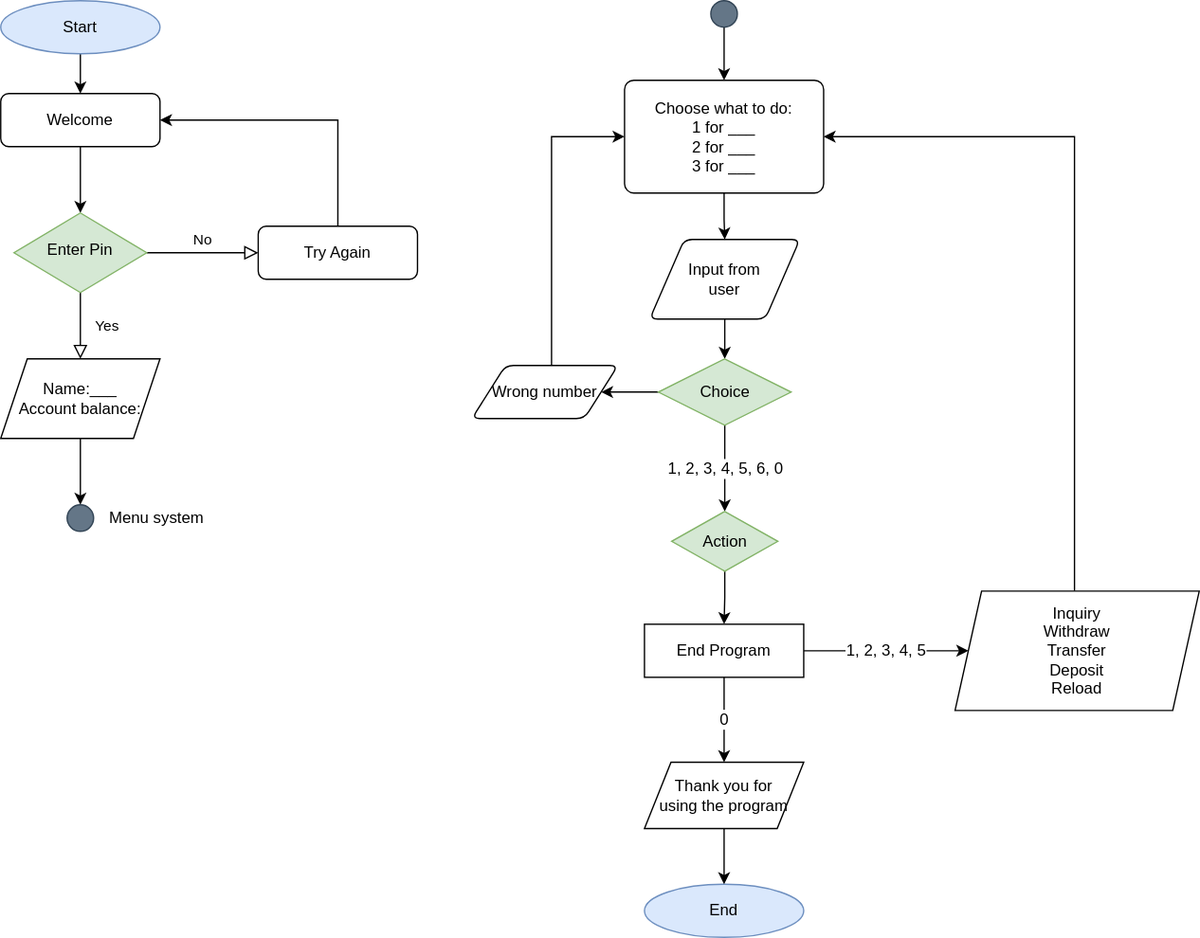
Before: Flowchart.drawio.svg, a diagram exported from draw.io (bropenguin847/ATM_CPP). Source tidied: cells renumbered, new cells last; positions are measured from the earlier drawing's top-left corner, leaving out a move shared by most shapes.
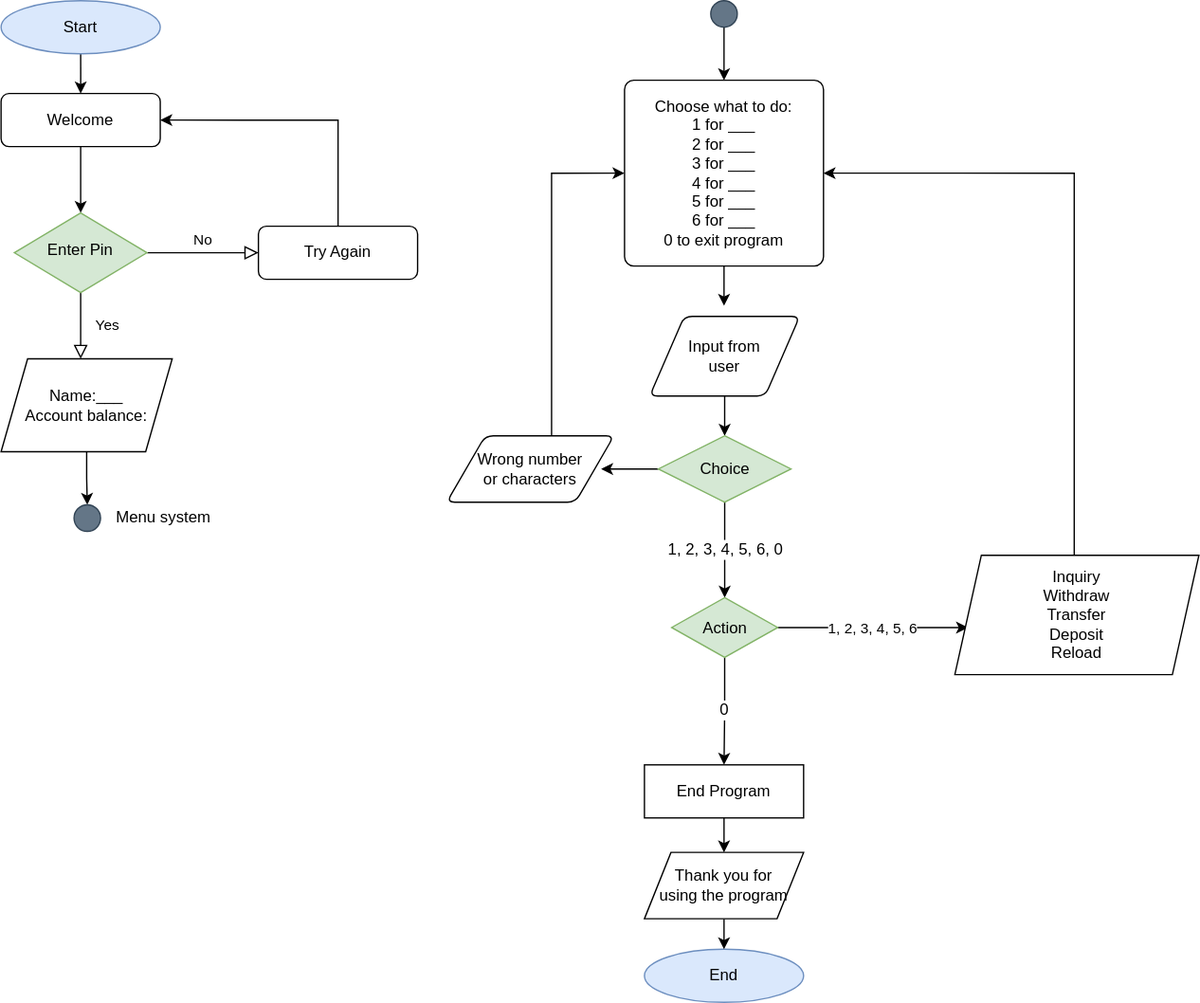
After the change.

What changed in the source:
```diff
@@ -36,22 +36,24 @@
       <mxGeometry width="120" height="40" as="geometry" />
     </mxCell>
     <mxCell id="11" value="End" style="ellipse;whiteSpace=wrap;html=1;fillColor=#dae8fc;strokeColor=#6c8ebf;" parent="1" vertex="1">
-      <mxGeometry x="485" y="666" width="120" height="40" as="geometry" />
+      <mxGeometry x="485" y="715" width="120" height="40" as="geometry" />
     </mxCell>
     <mxCell id="12" style="edgeStyle=orthogonalEdgeStyle;rounded=0;jettySize=auto;html=1;" parent="1" edge="1" source="13" target="16">
       <mxGeometry relative="1" as="geometry" />
     </mxCell>
     <mxCell id="13" value="Name:___&lt;br&gt;Account balance:" style="shape=parallelogram;perimeter=parallelogramPerimeter;whiteSpace=wrap;html=1;fixedSize=1;" parent="1" vertex="1">
-      <mxGeometry y="270" width="120" height="60" as="geometry" />
+      <mxGeometry y="270" width="129" height="70" as="geometry" />
     </mxCell>
-    <mxCell id="14" style="edgeStyle=orthogonalEdgeStyle;rounded=0;jettySize=auto;html=1;" parent="1" edge="1" source="15" target="20">
-      <mxGeometry relative="1" as="geometry" />
-    </mxCell>
+    <mxCell id="35" style="edgeStyle=orthogonalEdgeStyle;rounded=0;jettySize=auto;html=1;" parent="1" edge="1" source="15">
+      <mxGeometry relative="1" as="geometry">
+        <mxPoint x="545" y="230" as="targetPoint" />
+      </mxGeometry>
+    </mxCell>
-    <mxCell id="15" value="Choose what to do:&lt;br&gt;1 for ___&lt;br&gt;2 for ___&lt;br&gt;3 for ___" style="rounded=1;whiteSpace=wrap;html=1;absoluteArcSize=1;arcSize=14;strokeWidth=1;" parent="1" vertex="1">
-      <mxGeometry x="470" y="60" width="150" height="85" as="geometry" />
+    <mxCell id="15" value="Choose what to do:&lt;br&gt;1 for ___&lt;br&gt;2 for ___&lt;br&gt;3 for ___&lt;br&gt;4 for ___&lt;br&gt;5 for ___&lt;br&gt;6 for ___&lt;br&gt;0 to exit program" style="rounded=1;whiteSpace=wrap;html=1;absoluteArcSize=1;arcSize=14;strokeWidth=1;" parent="1" vertex="1">
+      <mxGeometry x="470" y="60" width="150" height="140" as="geometry" />
     </mxCell>
     <mxCell id="16" value="&lt;div style=&quot;&quot;&gt;&lt;span style=&quot;background-color: initial;&quot;&gt;M&lt;font color=&quot;#000000&quot;&gt;Menu system&lt;/font&gt;&lt;/span&gt;&lt;/div&gt;" style="verticalLabelPosition=middle;verticalAlign=middle;html=1;shape=mxgraph.flowchart.on-page_reference;align=left;labelPosition=right;fillColor=#647687;fontColor=#ffffff;strokeColor=#314354;" parent="1" vertex="1">
-      <mxGeometry x="50" y="380" width="20" height="20" as="geometry" />
+      <mxGeometry x="55" y="380" width="20" height="20" as="geometry" />
     </mxCell>
     <mxCell id="17" style="edgeStyle=orthogonalEdgeStyle;rounded=0;jettySize=auto;html=1;" parent="1" edge="1" source="18" target="15">
       <mxGeometry relative="1" as="geometry" />
@@ -63,57 +65,59 @@
       <mxGeometry relative="1" as="geometry" />
     </mxCell>
     <mxCell id="20" value="Input from&lt;br&gt;user" style="shape=parallelogram;html=1;strokeWidth=1;perimeter=parallelogramPerimeter;whiteSpace=wrap;rounded=1;arcSize=12;size=0.23;" parent="1" vertex="1">
-      <mxGeometry x="489" y="180" width="113" height="60" as="geometry" />
+      <mxGeometry x="489" y="238" width="113" height="60" as="geometry" />
     </mxCell>
-    <mxCell id="21" style="edgeStyle=orthogonalEdgeStyle;rounded=0;jettySize=auto;html=1;fontFamily=Helvetica;fontSize=12;fontColor=default;" parent="1" edge="1" source="23" target="25">
-      <mxGeometry relative="1" as="geometry" />
+    <mxCell id="21" style="edgeStyle=orthogonalEdgeStyle;rounded=0;jettySize=auto;html=1;fontFamily=Helvetica;fontSize=12;fontColor=default;" parent="1" edge="1" source="23">
+      <mxGeometry relative="1" as="geometry">
+        <mxPoint x="452.3" y="353" as="targetPoint" />
+      </mxGeometry>
     </mxCell>
     <mxCell id="22" value="1, 2, 3, 4, 5, 6, 0" style="edgeStyle=orthogonalEdgeStyle;rounded=0;jettySize=auto;html=1;fontFamily=Helvetica;fontSize=12;fontColor=default;" parent="1" edge="1" source="23" target="27">
       <mxGeometry relative="1" as="geometry" />
     </mxCell>
     <mxCell id="23" value="Choice" style="strokeWidth=1;html=1;shape=mxgraph.flowchart.decision;whiteSpace=wrap;fillColor=#d5e8d4;strokeColor=#82b366;" parent="1" vertex="1">
-      <mxGeometry x="495.5" y="270" width="100" height="50" as="geometry" />
+      <mxGeometry x="495.5" y="328" width="100" height="50" as="geometry" />
     </mxCell>
     <mxCell id="24" style="edgeStyle=orthogonalEdgeStyle;rounded=0;jettySize=auto;html=1;entryX=0;entryY=0.5;entryDx=0;entryDy=0;fontFamily=Helvetica;fontSize=12;fontColor=default;" parent="1" edge="1" source="25" target="15">
       <mxGeometry relative="1" as="geometry">
         <Array as="points">
-          <mxPoint x="415" y="103" />
+          <mxPoint x="415" y="130" />
         </Array>
       </mxGeometry>
     </mxCell>
-    <mxCell id="25" value="Wrong number" style="shape=parallelogram;html=1;strokeWidth=1;perimeter=parallelogramPerimeter;whiteSpace=wrap;rounded=1;arcSize=12;size=0.23;" parent="1" vertex="1">
-      <mxGeometry x="355" y="275" width="110" height="40" as="geometry" />
+    <mxCell id="25" value="Wrong number&lt;br&gt;or characters" style="shape=parallelogram;html=1;strokeWidth=1;perimeter=parallelogramPerimeter;whiteSpace=wrap;rounded=1;arcSize=12;size=0.23;" parent="1" vertex="1">
+      <mxGeometry x="336" y="328" width="126" height="50" as="geometry" />
     </mxCell>
-    <mxCell id="26" style="edgeStyle=orthogonalEdgeStyle;rounded=0;jettySize=auto;html=1;fontFamily=Helvetica;fontSize=12;fontColor=#000000;" parent="1" edge="1" source="27" target="30">
+    <mxCell id="26" value="0" style="edgeStyle=orthogonalEdgeStyle;rounded=0;jettySize=auto;html=1;fontFamily=Helvetica;fontSize=12;fontColor=#000000;" parent="1" edge="1" source="27" target="30">
       <mxGeometry relative="1" as="geometry" />
     </mxCell>
+    <mxCell id="36" value="1, 2, 3, 4, 5, 6" style="edgeStyle=orthogonalEdgeStyle;rounded=0;jettySize=auto;html=1;entryX=0.054;entryY=0.606;entryDx=0;entryDy=0;entryPerimeter=0;" parent="1" edge="1" source="27" target="34">
+      <mxGeometry relative="1" as="geometry" />
+    </mxCell>
     <mxCell id="27" value="Action" style="rhombus;whiteSpace=wrap;html=1;strokeWidth=1;fillColor=#d5e8d4;strokeColor=#82b366;" parent="1" vertex="1">
-      <mxGeometry x="505.5" y="385" width="80" height="45" as="geometry" />
+      <mxGeometry x="505.5" y="450" width="80" height="45" as="geometry" />
     </mxCell>
-    <mxCell id="28" value="0" style="edgeStyle=orthogonalEdgeStyle;rounded=0;jettySize=auto;html=1;fontFamily=Helvetica;fontSize=12;fontColor=#000000;" parent="1" edge="1" source="30" target="32">
+    <mxCell id="28" style="edgeStyle=orthogonalEdgeStyle;rounded=0;jettySize=auto;html=1;entryX=0.5;entryY=0;entryDx=0;entryDy=0;" parent="1" edge="1" source="30" target="32">
       <mxGeometry relative="1" as="geometry" />
     </mxCell>
-    <mxCell id="29" value="1, 2, 3, 4, 5" style="edgeStyle=orthogonalEdgeStyle;rounded=0;jettySize=auto;html=1;fontFamily=Helvetica;fontSize=12;fontColor=#000000;" parent="1" edge="1" source="30" target="34">
-      <mxGeometry relative="1" as="geometry" />
-    </mxCell>
     <mxCell id="30" value="End Program" style="whiteSpace=wrap;html=1;strokeWidth=1;" parent="1" vertex="1">
-      <mxGeometry x="485" y="470" width="120" height="40" as="geometry" />
+      <mxGeometry x="485" y="576" width="120" height="40" as="geometry" />
     </mxCell>
     <mxCell id="31" style="edgeStyle=orthogonalEdgeStyle;rounded=0;jettySize=auto;html=1;fontFamily=Helvetica;fontSize=12;fontColor=#000000;" parent="1" edge="1" source="32" target="11">
       <mxGeometry relative="1" as="geometry" />
     </mxCell>
     <mxCell id="32" value="Thank you for&lt;br&gt;using the program" style="shape=parallelogram;perimeter=parallelogramPerimeter;whiteSpace=wrap;html=1;fixedSize=1;strokeWidth=1;" parent="1" vertex="1">
-      <mxGeometry x="485" y="574" width="120" height="50" as="geometry" />
+      <mxGeometry x="485" y="642" width="120" height="50" as="geometry" />
     </mxCell>
     <mxCell id="33" style="edgeStyle=orthogonalEdgeStyle;rounded=0;jettySize=auto;html=1;entryX=1;entryY=0.5;entryDx=0;entryDy=0;fontFamily=Helvetica;fontSize=12;fontColor=#000000;" parent="1" edge="1" source="34" target="15">
       <mxGeometry relative="1" as="geometry">
         <Array as="points">
-          <mxPoint x="809" y="103" />
+          <mxPoint x="809" y="130" />
         </Array>
       </mxGeometry>
     </mxCell>
     <mxCell id="34" value="Inquiry&lt;br&gt;Withdraw&lt;br&gt;Transfer&lt;br&gt;Deposit&lt;br&gt;Reload" style="shape=parallelogram;perimeter=parallelogramPerimeter;whiteSpace=wrap;html=1;fixedSize=1;strokeWidth=1;" parent="1" vertex="1">
-      <mxGeometry x="719" y="445" width="184" height="90" as="geometry" />
+      <mxGeometry x="719" y="418" width="184" height="90" as="geometry" />
     </mxCell>
   </root>
 </mxGraphModel>
```
